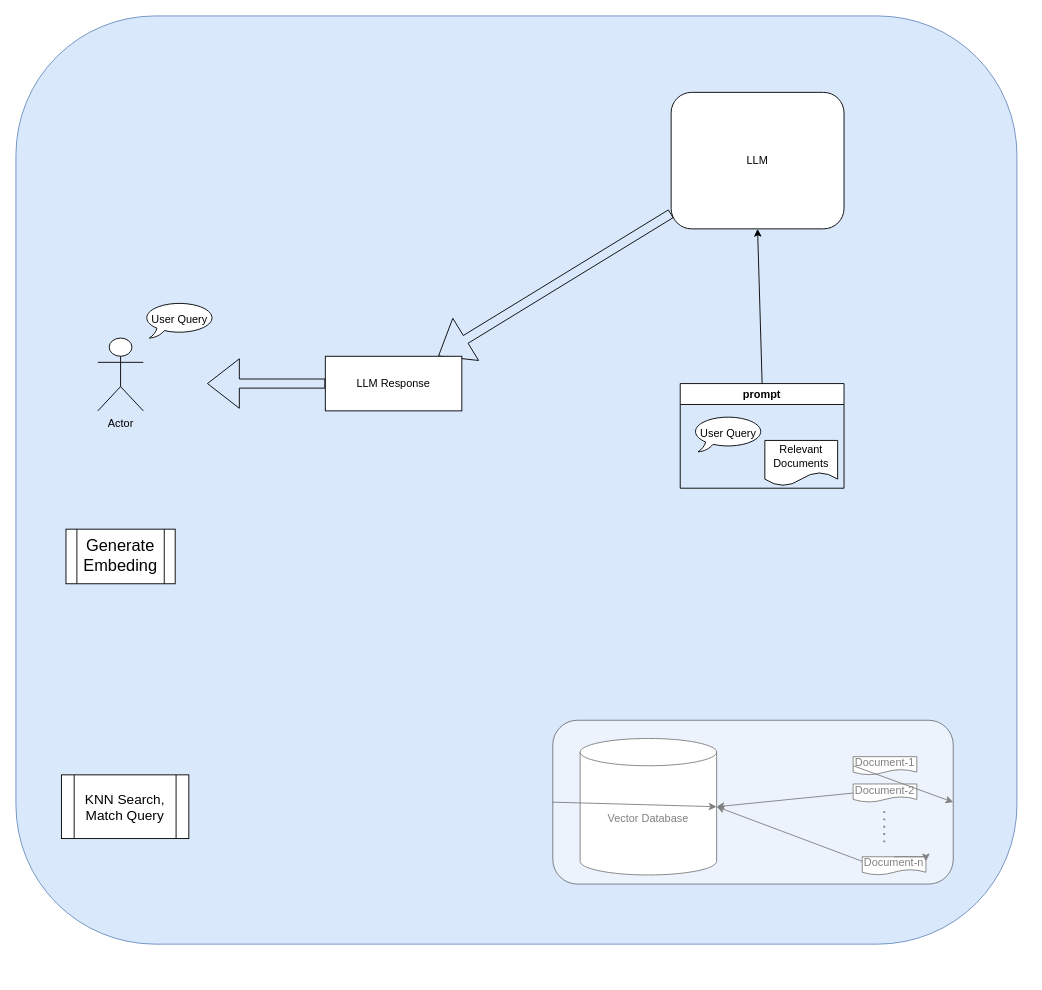
lakshmikanthgr/DocumentScanner_RAG_on_GoogleCoalab keeps this draw.io diagram as Architecture.drawio. Above is the earlier version. Source tidied: cells renumbered, new cells numbered last; positions are measured from the earlier drawing's top-left corner, leaving out a move shared by most shapes. Both pictures are drawn from the tidied source at 91%, with x=0, y=0 at pixel (15, 15).
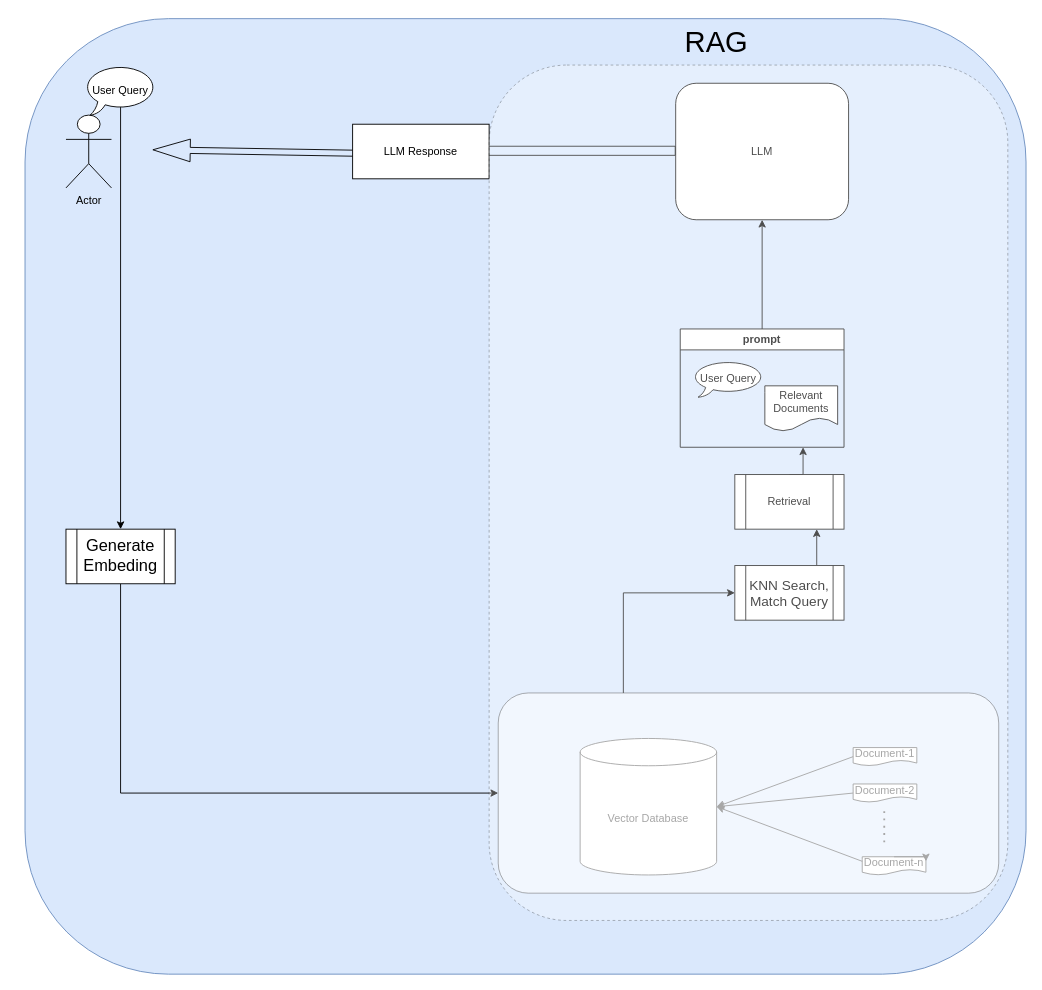
The same page after the edit.

The change refers to these unchanged cells:
```xml
<mxCell id="3" value="Vector Database" style="shape=cylinder3;whiteSpace=wrap;html=1;boundedLbl=1;backgroundOutline=1;size=15;" parent="1" vertex="1">
  <mxGeometry x="620" y="794" width="150" height="150" as="geometry" />
</mxCell>
<mxCell id="22" value="&lt;font style=&quot;font-size: 18px;&quot;&gt;Generate Embeding&lt;/font&gt;" style="shape=process;whiteSpace=wrap;html=1;backgroundOutline=1;" parent="1" vertex="1">
  <mxGeometry x="55" y="564" width="120" height="60" as="geometry" />
</mxCell>
```

What changed in the source:
```diff
@@
     <mxCell id="2" style="rounded=1;whiteSpace=wrap;html=1;fillColor=#dae8fc;strokeColor=#6c8ebf;" parent="1" vertex="1">
-      <mxGeometry width="1100" height="1020" as="geometry" />
+      <mxGeometry x="10" y="3" width="1100" height="1050" as="geometry" />
     </mxCell>
@@
-    <mxCell id="4" style="shape=flexArrow;endArrow=classic;html=1;rounded=0;endWidth=43.333333333333336;endSize=11.333333333333334;" parent="1" edge="1" source="21">
+    <mxCell id="4" style="shape=flexArrow;endArrow=classic;html=1;rounded=0;endWidth=17.22222222222222;endSize=13.35;width=6.666666666666667;" parent="1" edge="1">
       <mxGeometry relative="1" as="geometry">
-        <mxPoint x="210" y="404" as="targetPoint" />
+        <mxPoint x="374.1" y="150.9" as="sourcePoint" />
+        <mxPoint x="150" y="147.1" as="targetPoint" />
       </mxGeometry>
     </mxCell>
     <mxCell id="5" value="Document-1" style="shape=document;whiteSpace=wrap;html=1;boundedLbl=1;" parent="1" vertex="1">
-      <mxGeometry x="920" y="814" width="70" height="20" as="geometry" />
+      <mxGeometry x="920" y="804" width="70" height="20" as="geometry" />
     </mxCell>
@@
-    <mxCell id="11" style="endArrow=classic;html=1;rounded=0;exitX=0;exitY=0.5;exitDx=0;exitDy=0;exitPerimeter=0;entryX=1;entryY=0.5;entryDx=0;entryDy=0;entryPerimeter=0;" parent="1" edge="1" source="25" target="3">
+    <mxCell id="11" style="endArrow=classic;html=1;rounded=0;exitX=0;exitY=0.5;exitDx=0;exitDy=0;exitPerimeter=0;entryX=1;entryY=0.5;entryDx=0;entryDy=0;entryPerimeter=0;" parent="1" edge="1" source="5" target="3">
       <mxGeometry relative="1" as="geometry" />
     </mxCell>
@@
     <mxCell id="13" value="LLM" style="rounded=1;whiteSpace=wrap;html=1;" parent="1" vertex="1">
-      <mxGeometry x="720" y="84" width="190" height="150" as="geometry" />
+      <mxGeometry x="725" y="74" width="190" height="150" as="geometry" />
     </mxCell>
     <mxCell id="14" value="Actor" style="shape=umlActor;verticalLabelPosition=bottom;verticalAlign=top;html=1;" parent="1" vertex="1">
-      <mxGeometry x="90" y="354" width="50" height="80" as="geometry" />
+      <mxGeometry x="55" y="109" width="50" height="80" as="geometry" />
     </mxCell>
     <mxCell id="15" value="prompt" style="swimlane;whiteSpace=wrap;html=1;" parent="1" vertex="1">
-      <mxGeometry x="730" y="404" width="180" height="115" as="geometry" />
+      <mxGeometry x="730" y="344" width="180" height="130" as="geometry" />
     </mxCell>
@@
+    <mxCell id="26" style="edgeStyle=orthogonalEdgeStyle;rounded=0;jettySize=auto;html=1;exitX=0.5;exitY=0.84;exitDx=0;exitDy=0;exitPerimeter=0;entryX=0.5;entryY=0;entryDx=0;entryDy=0;" parent="1" edge="1" source="19" target="22">
+      <mxGeometry relative="1" as="geometry" />
+    </mxCell>
     <mxCell id="19" value="User Query" style="whiteSpace=wrap;html=1;shape=mxgraph.basic.oval_callout;" parent="1" vertex="1">
-      <mxGeometry x="140" y="314" width="80" height="40" as="geometry" />
+      <mxGeometry x="75" y="54" width="80" height="55" as="geometry" />
     </mxCell>
-    <mxCell id="20" style="shape=flexArrow;endArrow=classic;html=1;rounded=0;endWidth=43.333333333333336;endSize=11.333333333333334;" parent="1" edge="1" source="13" target="21">
-      <mxGeometry relative="1" as="geometry" />
+    <mxCell id="20" style="shape=flexArrow;endArrow=classic;html=1;rounded=0;endWidth=43.333333333333336;endSize=11.333333333333334;" parent="1" edge="1">
+      <mxGeometry relative="1" as="geometry">
+        <mxPoint x="725" y="148.2" as="sourcePoint" />
+        <mxPoint x="480" y="148.2" as="targetPoint" />
+      </mxGeometry>
     </mxCell>
     <mxCell id="21" value="LLM Response" style="rounded=0;whiteSpace=wrap;html=1;" parent="1" vertex="1">
-      <mxGeometry x="340" y="374" width="150" height="60" as="geometry" />
+      <mxGeometry x="370" y="119" width="150" height="60" as="geometry" />
     </mxCell>
+    <mxCell id="27" style="edgeStyle=orthogonalEdgeStyle;rounded=0;jettySize=auto;html=1;exitX=0.5;exitY=1;exitDx=0;exitDy=0;entryX=0;entryY=0.5;entryDx=0;entryDy=0;" parent="1" edge="1" source="22" target="30">
+      <mxGeometry relative="1" as="geometry" />
+    </mxCell>
@@
+    <mxCell id="28" style="edgeStyle=orthogonalEdgeStyle;rounded=0;jettySize=auto;html=1;exitX=0.75;exitY=0;exitDx=0;exitDy=0;entryX=0.75;entryY=1;entryDx=0;entryDy=0;" parent="1" edge="1" source="23" target="32">
+      <mxGeometry relative="1" as="geometry" />
+    </mxCell>
     <mxCell id="23" value="&lt;font style=&quot;font-size: 15px;&quot;&gt;KNN Search,&lt;/font&gt;&lt;div style=&quot;font-size: 15px;&quot;&gt;&lt;font style=&quot;font-size: 15px;&quot;&gt;Match Query&lt;/font&gt;&lt;/div&gt;" style="shape=process;whiteSpace=wrap;html=1;backgroundOutline=1;" parent="1" vertex="1">
-      <mxGeometry x="50" y="834" width="140" height="70" as="geometry" />
+      <mxGeometry x="790" y="604" width="120" height="60" as="geometry" />
     </mxCell>
-    <mxCell id="24" style="endArrow=classic;html=1;rounded=0;exitX=0;exitY=0.5;exitDx=0;exitDy=0;exitPerimeter=0;entryX=1;entryY=0.5;entryDx=0;entryDy=0;entryPerimeter=0;" parent="1" edge="1" source="5" target="25">
-      <mxGeometry relative="1" as="geometry" />
-    </mxCell>
-    <mxCell id="25" style="rounded=1;whiteSpace=wrap;html=1;opacity=50;" parent="1" vertex="1">
-      <mxGeometry x="590" y="774" width="440" height="180" as="geometry" />
-    </mxCell>
+    <mxCell id="29" style="edgeStyle=orthogonalEdgeStyle;rounded=0;jettySize=auto;html=1;exitX=0.25;exitY=0;exitDx=0;exitDy=0;entryX=0;entryY=0.5;entryDx=0;entryDy=0;" parent="1" edge="1" source="30" target="23">
+      <mxGeometry relative="1" as="geometry" />
+    </mxCell>
+    <mxCell id="30" style="rounded=1;whiteSpace=wrap;html=1;opacity=50;" parent="1" vertex="1">
+      <mxGeometry x="530" y="744" width="550" height="220" as="geometry" />
+    </mxCell>
+    <mxCell id="31" style="edgeStyle=orthogonalEdgeStyle;rounded=0;jettySize=auto;html=1;exitX=0.5;exitY=0;exitDx=0;exitDy=0;entryX=0.75;entryY=1;entryDx=0;entryDy=0;" parent="1" edge="1" source="32" target="15">
+      <mxGeometry relative="1" as="geometry" />
+    </mxCell>
+    <mxCell id="32" value="Retrieval" style="shape=process;whiteSpace=wrap;html=1;backgroundOutline=1;" parent="1" vertex="1">
+      <mxGeometry x="790" y="504" width="120" height="60" as="geometry" />
+    </mxCell>
+    <mxCell id="33" style="rounded=1;whiteSpace=wrap;html=1;opacity=30;dashed=1;" parent="1" vertex="1">
+      <mxGeometry x="520" y="54" width="570" height="940" as="geometry" />
+    </mxCell>
+    <mxCell id="34" value="&lt;font style=&quot;font-size: 32px;&quot;&gt;RAG&lt;/font&gt;" style="text;html=1;align=center;verticalAlign=middle;whiteSpace=wrap;rounded=0;" parent="1" vertex="1">
+      <mxGeometry x="620" y="14" width="300" height="30" as="geometry" />
+    </mxCell>
```
